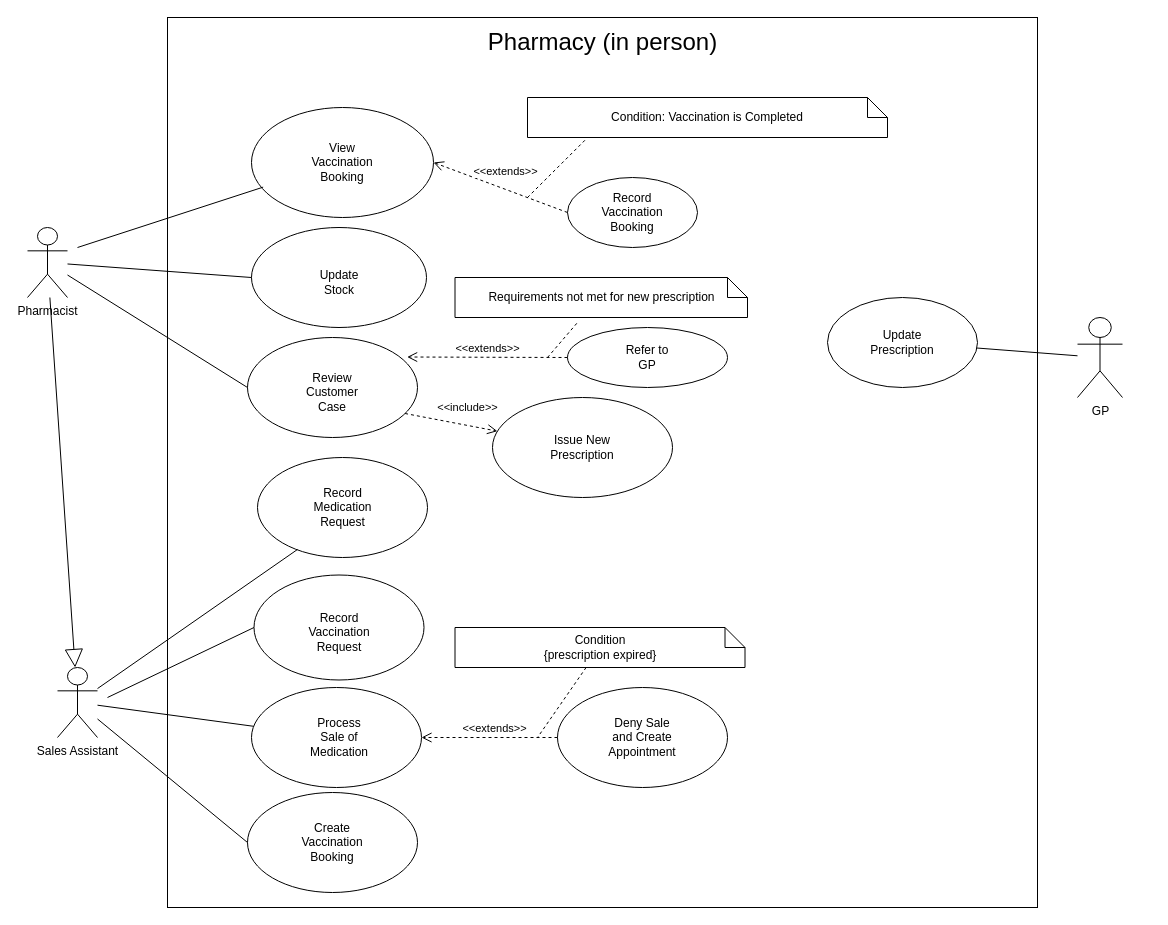
Earlier version of the draw.io diagram PharmacyUseCase.drawio (iitzzBenny/Group6D--Pharmacy--UseCaseDiagram). Source tidied: cells renumbered, new cells numbered last; positions are measured from the earlier drawing's top-left corner, leaving out a move shared by most shapes. Both pictures are drawn from the tidied source at 100%, with x=0, y=0 at pixel (27, 17).
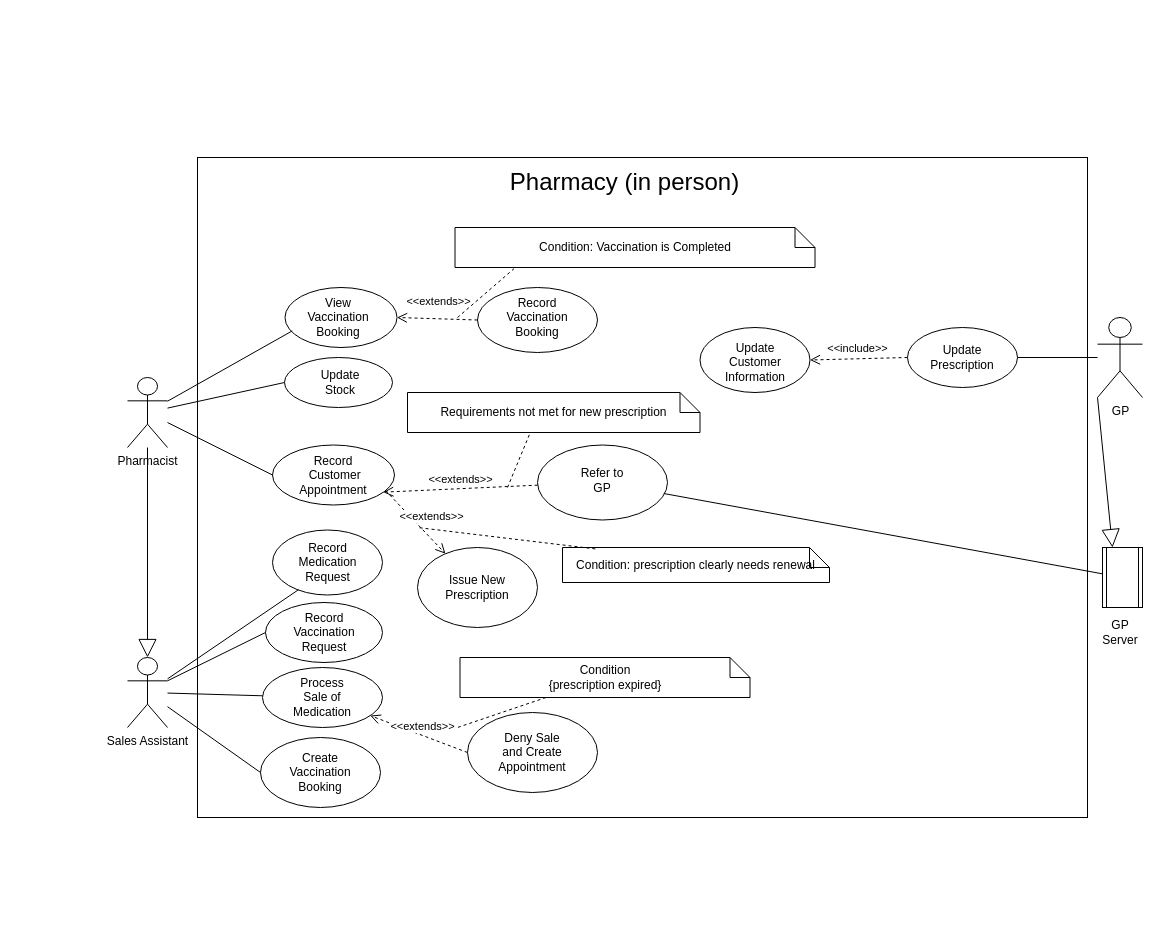
After the change.

Diff of the diagram source:
```diff
@@
     <mxCell id="2" style="rounded=0;whiteSpace=wrap;html=1;" parent="1" vertex="1">
-      <mxGeometry x="140" width="870" height="890" as="geometry" />
+      <mxGeometry x="170" y="140" width="890" height="660" as="geometry" />
     </mxCell>
     <mxCell id="3" value="&lt;font style=&quot;font-size: 24px;&quot;&gt;Pharmacy (in person)&lt;/font&gt;" style="text;html=1;strokeColor=none;fillColor=none;align=center;verticalAlign=middle;whiteSpace=wrap;rounded=0;" parent="1" vertex="1">
-      <mxGeometry x="427.5" y="10" width="295" height="30" as="geometry" />
+      <mxGeometry x="450" y="150" width="295" height="30" as="geometry" />
     </mxCell>
     <mxCell id="4" style="ellipse;whiteSpace=wrap;html=1;" parent="1" vertex="1">
-      <mxGeometry x="230" y="440" width="170" height="100" as="geometry" />
+      <mxGeometry x="245" y="512.5" width="110" height="65" as="geometry" />
     </mxCell>
     <mxCell id="5" value="Record Medication Request" style="text;html=1;strokeColor=none;fillColor=none;align=center;verticalAlign=middle;whiteSpace=wrap;rounded=0;" parent="1" vertex="1">
-      <mxGeometry x="272.5" y="462.5" width="85" height="55" as="geometry" />
+      <mxGeometry x="257.5" y="517.5" width="85" height="55" as="geometry" />
     </mxCell>
     <mxCell id="6" value="Pharmacist" style="shape=umlActor;verticalLabelPosition=bottom;verticalAlign=top;html=1;outlineConnect=0;" parent="1" vertex="1">
-      <mxGeometry y="210" width="40" height="70" as="geometry" />
+      <mxGeometry x="100" y="360" width="40" height="70" as="geometry" />
     </mxCell>
     <mxCell id="7" value="Sales Assistant&lt;br&gt;" style="shape=umlActor;verticalLabelPosition=bottom;verticalAlign=top;html=1;outlineConnect=0;" parent="1" vertex="1">
-      <mxGeometry x="30" y="650" width="40" height="70" as="geometry" />
+      <mxGeometry x="100" y="640" width="40" height="70" as="geometry" />
     </mxCell>
@@
     <mxCell id="9" style="ellipse;whiteSpace=wrap;html=1;" parent="1" vertex="1">
-      <mxGeometry x="224" y="670" width="170" height="100" as="geometry" />
+      <mxGeometry x="235" y="650" width="120" height="60" as="geometry" />
     </mxCell>
     <mxCell id="10" value="Process Sale of Medication" style="text;html=1;strokeColor=none;fillColor=none;align=center;verticalAlign=middle;whiteSpace=wrap;rounded=0;" parent="1" vertex="1">
-      <mxGeometry x="281.5" y="705" width="60" height="30" as="geometry" />
+      <mxGeometry x="265" y="665" width="60" height="30" as="geometry" />
     </mxCell>
     <mxCell id="11" style="ellipse;whiteSpace=wrap;html=1;" parent="1" vertex="1">
-      <mxGeometry x="220" y="775" width="170" height="100" as="geometry" />
+      <mxGeometry x="233" y="720" width="120" height="70" as="geometry" />
     </mxCell>
     <mxCell id="12" value="Create Vaccination Booking" style="text;html=1;strokeColor=none;fillColor=none;align=center;verticalAlign=middle;whiteSpace=wrap;rounded=0;" parent="1" vertex="1">
-      <mxGeometry x="275" y="810" width="60" height="30" as="geometry" />
+      <mxGeometry x="263" y="740" width="60" height="30" as="geometry" />
     </mxCell>
     <mxCell id="13" style="ellipse;whiteSpace=wrap;html=1;" parent="1" vertex="1">
-      <mxGeometry x="530" y="670" width="170" height="100" as="geometry" />
+      <mxGeometry x="440" y="695" width="130" height="80" as="geometry" />
     </mxCell>
     <mxCell id="14" value="Deny Sale&lt;br&gt;and Create&lt;br&gt;Appointment" style="text;html=1;strokeColor=none;fillColor=none;align=center;verticalAlign=middle;whiteSpace=wrap;rounded=0;" parent="1" vertex="1">
-      <mxGeometry x="585" y="705" width="60" height="30" as="geometry" />
+      <mxGeometry x="475" y="720" width="60" height="30" as="geometry" />
     </mxCell>
@@
     <mxCell id="18" value="Condition&lt;br&gt;{prescription expired}" style="shape=note;size=20;whiteSpace=wrap;html=1;" parent="1" vertex="1">
-      <mxGeometry x="427.5" y="610" width="290" height="40" as="geometry" />
+      <mxGeometry x="432.5" y="640" width="290" height="40" as="geometry" />
     </mxCell>
     <mxCell id="19" style="endArrow=none;dashed=1;html=1;rounded=0;" parent="1" edge="1" source="18">
       <mxGeometry relative="1" as="geometry">
-        <mxPoint x="510" y="720" as="targetPoint" />
+        <mxPoint x="430" y="710" as="targetPoint" />
       </mxGeometry>
     </mxCell>
     <mxCell id="20" style="ellipse;whiteSpace=wrap;html=1;" parent="1" vertex="1">
-      <mxGeometry x="220" y="320" width="170" height="100" as="geometry" />
+      <mxGeometry x="245" y="427.5" width="122" height="60" as="geometry" />
     </mxCell>
-    <mxCell id="21" value="Review Customer Case" style="text;html=1;strokeColor=none;fillColor=none;align=center;verticalAlign=middle;whiteSpace=wrap;rounded=0;" parent="1" vertex="1">
-      <mxGeometry x="275" y="360" width="60" height="30" as="geometry" />
+    <mxCell id="21" value="Record&lt;br&gt;&amp;nbsp;Customer Appointment" style="text;html=1;strokeColor=none;fillColor=none;align=center;verticalAlign=middle;whiteSpace=wrap;rounded=0;" parent="1" vertex="1">
+      <mxGeometry x="276" y="442.5" width="60" height="30" as="geometry" />
     </mxCell>
     <mxCell id="22" style="ellipse;whiteSpace=wrap;html=1;" parent="1" vertex="1">
-      <mxGeometry x="465" y="380" width="180" height="100" as="geometry" />
+      <mxGeometry x="390" y="530" width="120" height="80" as="geometry" />
     </mxCell>
     <mxCell id="23" value="Issue New Prescription" style="text;html=1;strokeColor=none;fillColor=none;align=center;verticalAlign=middle;whiteSpace=wrap;rounded=0;" parent="1" vertex="1">
-      <mxGeometry x="525" y="415" width="60" height="30" as="geometry" />
+      <mxGeometry x="420" y="555" width="60" height="30" as="geometry" />
     </mxCell>
-    <mxCell id="24" value="&amp;lt;&amp;lt;include&amp;gt;&amp;gt;" style="html=1;verticalAlign=bottom;endArrow=open;dashed=1;endSize=8;rounded=0;exitX=0.927;exitY=0.76;exitDx=0;exitDy=0;exitPerimeter=0;" parent="1" edge="1" source="20" target="22">
+    <mxCell id="24" value="&amp;lt;&amp;lt;extends&amp;gt;&amp;gt;" style="html=1;verticalAlign=bottom;endArrow=open;dashed=1;endSize=8;rounded=0;exitX=0.927;exitY=0.76;exitDx=0;exitDy=0;exitPerimeter=0;" parent="1" edge="1" source="20" target="22">
       <mxGeometry x="0.31" y="9" relative="1" as="geometry" />
     </mxCell>
@@
     <mxCell id="26" style="ellipse;whiteSpace=wrap;html=1;" parent="1" vertex="1">
-      <mxGeometry x="224" y="210" width="175" height="100" as="geometry" />
+      <mxGeometry x="257" y="340" width="108" height="50" as="geometry" />
     </mxCell>
@@
     <mxCell id="28" value="Update Stock" style="text;html=1;strokeColor=none;fillColor=none;align=center;verticalAlign=middle;whiteSpace=wrap;rounded=0;" parent="1" vertex="1">
-      <mxGeometry x="281.5" y="250" width="60" height="30" as="geometry" />
+      <mxGeometry x="282.5" y="350" width="60" height="30" as="geometry" />
     </mxCell>
     <mxCell id="29" style="ellipse;whiteSpace=wrap;html=1;" parent="1" vertex="1">
-      <mxGeometry x="224" y="90" width="182" height="110" as="geometry" />
+      <mxGeometry x="257.5" y="270" width="112" height="60" as="geometry" />
     </mxCell>
-    <mxCell id="30" style="endArrow=none;html=1;rounded=0;entryX=0.064;entryY=0.724;entryDx=0;entryDy=0;entryPerimeter=0;" parent="1" edge="1" target="29">
-      <mxGeometry relative="1" as="geometry">
-        <mxPoint x="50" y="230" as="sourcePoint" />
-      </mxGeometry>
+    <mxCell id="30" style="endArrow=none;html=1;rounded=0;entryX=0.064;entryY=0.724;entryDx=0;entryDy=0;entryPerimeter=0;" parent="1" edge="1" source="6" target="29">
+      <mxGeometry relative="1" as="geometry" />
     </mxCell>
     <mxCell id="31" value="View&lt;br&gt;Vaccination Booking" style="text;html=1;strokeColor=none;fillColor=none;align=center;verticalAlign=middle;whiteSpace=wrap;rounded=0;" parent="1" vertex="1">
-      <mxGeometry x="285" y="130" width="60" height="30" as="geometry" />
+      <mxGeometry x="281" y="285" width="60" height="30" as="geometry" />
     </mxCell>
     <mxCell id="32" style="ellipse;whiteSpace=wrap;html=1;" parent="1" vertex="1">
-      <mxGeometry x="540" y="160" width="130" height="70" as="geometry" />
+      <mxGeometry x="450" y="270" width="120" height="65" as="geometry" />
     </mxCell>
     <mxCell id="33" value="Record Vaccination Booking" style="text;html=1;strokeColor=none;fillColor=none;align=center;verticalAlign=middle;whiteSpace=wrap;rounded=0;" parent="1" vertex="1">
-      <mxGeometry x="575" y="180" width="60" height="30" as="geometry" />
+      <mxGeometry x="480" y="290" width="60" height="20" as="geometry" />
     </mxCell>
@@
     <mxCell id="35" style="ellipse;whiteSpace=wrap;html=1;" parent="1" vertex="1">
-      <mxGeometry x="540" y="310" width="160" height="60" as="geometry" />
+      <mxGeometry x="510" y="427.5" width="130" height="75" as="geometry" />
     </mxCell>
     <mxCell id="36" value="Refer to GP" style="text;html=1;strokeColor=none;fillColor=none;align=center;verticalAlign=middle;whiteSpace=wrap;rounded=0;" parent="1" vertex="1">
-      <mxGeometry x="590" y="325" width="60" height="30" as="geometry" />
+      <mxGeometry x="545" y="447.5" width="60" height="30" as="geometry" />
     </mxCell>
-    <mxCell id="37" value="&amp;lt;&amp;lt;extends&amp;gt;&amp;gt;" style="html=1;verticalAlign=bottom;endArrow=open;dashed=1;endSize=8;rounded=0;entryX=0.939;entryY=0.195;entryDx=0;entryDy=0;entryPerimeter=0;" parent="1" edge="1" source="35" target="20">
+    <mxCell id="37" value="&amp;lt;&amp;lt;extends&amp;gt;&amp;gt;" style="html=1;verticalAlign=bottom;endArrow=open;dashed=1;endSize=8;rounded=0;entryX=0.908;entryY=0.786;entryDx=0;entryDy=0;entryPerimeter=0;" parent="1" edge="1" source="35" target="20">
       <mxGeometry relative="1" as="geometry" />
     </mxCell>
     <mxCell id="38" value="GP" style="shape=umlActor;verticalLabelPosition=bottom;verticalAlign=top;html=1;outlineConnect=0;" parent="1" vertex="1">
-      <mxGeometry x="1050" y="300" width="45" height="80" as="geometry" />
+      <mxGeometry x="1070" y="300" width="45" height="80" as="geometry" />
     </mxCell>
     <mxCell id="39" style="ellipse;whiteSpace=wrap;html=1;" parent="1" vertex="1">
-      <mxGeometry x="800" y="280" width="150" height="90" as="geometry" />
+      <mxGeometry x="880" y="310" width="110" height="60" as="geometry" />
     </mxCell>
@@
     <mxCell id="41" value="Update Prescription" style="text;html=1;strokeColor=none;fillColor=none;align=center;verticalAlign=middle;whiteSpace=wrap;rounded=0;" parent="1" vertex="1">
-      <mxGeometry x="845" y="310" width="60" height="30" as="geometry" />
+      <mxGeometry x="905" y="325" width="60" height="30" as="geometry" />
     </mxCell>
     <mxCell id="42" style="ellipse;whiteSpace=wrap;html=1;" parent="1" vertex="1">
-      <mxGeometry x="226.5" y="557.5" width="170" height="105" as="geometry" />
+      <mxGeometry x="238" y="585" width="117" height="60" as="geometry" />
     </mxCell>
-    <mxCell id="43" style="endArrow=none;html=1;rounded=0;entryX=0;entryY=0.5;entryDx=0;entryDy=0;" parent="1" edge="1" target="42">
-      <mxGeometry relative="1" as="geometry">
-        <mxPoint x="80" y="680" as="sourcePoint" />
-      </mxGeometry>
+    <mxCell id="43" style="endArrow=none;html=1;rounded=0;entryX=0;entryY=0.5;entryDx=0;entryDy=0;exitX=1;exitY=0.3333333333333333;exitDx=0;exitDy=0;exitPerimeter=0;" parent="1" edge="1" source="7" target="42">
+      <mxGeometry relative="1" as="geometry" />
     </mxCell>
     <mxCell id="44" value="Record Vaccination Request" style="text;html=1;strokeColor=none;fillColor=none;align=center;verticalAlign=middle;whiteSpace=wrap;rounded=0;" parent="1" vertex="1">
-      <mxGeometry x="281.5" y="600" width="60" height="30" as="geometry" />
+      <mxGeometry x="266.5" y="600" width="60" height="30" as="geometry" />
     </mxCell>
@@
     <mxCell id="46" value="Condition: Vaccination is Completed" style="shape=note;size=20;whiteSpace=wrap;html=1;" parent="1" vertex="1">
-      <mxGeometry x="500" y="80" width="360" height="40" as="geometry" />
+      <mxGeometry x="427.5" y="210" width="360" height="40" as="geometry" />
     </mxCell>
     <mxCell id="47" style="endArrow=none;dashed=1;html=1;rounded=0;entryX=0.164;entryY=1.029;entryDx=0;entryDy=0;entryPerimeter=0;" parent="1" edge="1" target="46">
       <mxGeometry relative="1" as="geometry">
-        <mxPoint x="500" y="180" as="sourcePoint" />
+        <mxPoint x="430" y="300" as="sourcePoint" />
       </mxGeometry>
     </mxCell>
     <mxCell id="48" value="Requirements not met for new prescription" style="shape=note;size=20;whiteSpace=wrap;html=1;" parent="1" vertex="1">
-      <mxGeometry x="427.5" y="260" width="292.5" height="40" as="geometry" />
+      <mxGeometry x="380" y="375" width="292.5" height="40" as="geometry" />
     </mxCell>
-    <mxCell id="49" style="endArrow=none;dashed=1;html=1;rounded=0;" parent="1" edge="1">
+    <mxCell id="49" style="endArrow=none;dashed=1;html=1;rounded=0;entryX=0.419;entryY=1.012;entryDx=0;entryDy=0;entryPerimeter=0;" parent="1" edge="1" target="48">
       <mxGeometry relative="1" as="geometry">
-        <mxPoint x="520" y="340" as="sourcePoint" />
-        <mxPoint x="550" y="305" as="targetPoint" />
+        <mxPoint x="480" y="470" as="sourcePoint" />
       </mxGeometry>
     </mxCell>
+    <mxCell id="50" style="shape=process;whiteSpace=wrap;html=1;backgroundOutline=1;" parent="1" vertex="1">
+      <mxGeometry x="1075" y="530" width="40" height="60" as="geometry" />
+    </mxCell>
+    <mxCell id="51" value="Condition: prescription clearly needs renewal" style="shape=note;size=20;whiteSpace=wrap;html=1;" parent="1" vertex="1">
+      <mxGeometry x="535" y="530" width="267" height="35" as="geometry" />
+    </mxCell>
+    <mxCell id="52" style="endArrow=none;dashed=1;html=1;rounded=0;exitX=0.123;exitY=0.04;exitDx=0;exitDy=0;exitPerimeter=0;" parent="1" edge="1" source="51">
+      <mxGeometry relative="1" as="geometry">
+        <mxPoint x="390" y="510" as="targetPoint" />
+      </mxGeometry>
+    </mxCell>
+    <mxCell id="53" value="GP&lt;br&gt;Server" style="text;html=1;strokeColor=none;fillColor=none;align=center;verticalAlign=middle;whiteSpace=wrap;rounded=0;" parent="1" vertex="1">
+      <mxGeometry x="1063" y="600" width="60" height="30" as="geometry" />
+    </mxCell>
+    <mxCell id="54" style="endArrow=none;html=1;rounded=0;entryX=0.972;entryY=0.647;entryDx=0;entryDy=0;entryPerimeter=0;" parent="1" edge="1" source="50" target="35">
+      <mxGeometry relative="1" as="geometry" />
+    </mxCell>
+    <mxCell id="55" style="endArrow=block;endSize=16;endFill=0;html=1;rounded=0;entryX=0.25;entryY=0;entryDx=0;entryDy=0;exitX=0;exitY=1;exitDx=0;exitDy=0;exitPerimeter=0;" parent="1" edge="1" source="38" target="50">
+      <mxGeometry relative="1" as="geometry" />
+    </mxCell>
+    <mxCell id="56" style="ellipse;whiteSpace=wrap;html=1;" parent="1" vertex="1">
+      <mxGeometry x="672.5" y="310" width="110" height="65" as="geometry" />
+    </mxCell>
+    <mxCell id="57" value="Update Customer Information" style="text;html=1;strokeColor=none;fillColor=none;align=center;verticalAlign=middle;whiteSpace=wrap;rounded=0;" parent="1" vertex="1">
+      <mxGeometry x="697.5" y="330" width="60" height="30" as="geometry" />
+    </mxCell>
+    <mxCell id="58" value="&amp;lt;&amp;lt;include&amp;gt;&amp;gt;" style="html=1;verticalAlign=bottom;endArrow=open;dashed=1;endSize=8;rounded=0;entryX=1;entryY=0.5;entryDx=0;entryDy=0;" parent="1" edge="1" target="56">
+      <mxGeometry x="0.03" y="-1" relative="1" as="geometry">
+        <mxPoint x="880" y="340" as="sourcePoint" />
+      </mxGeometry>
+    </mxCell>
```
